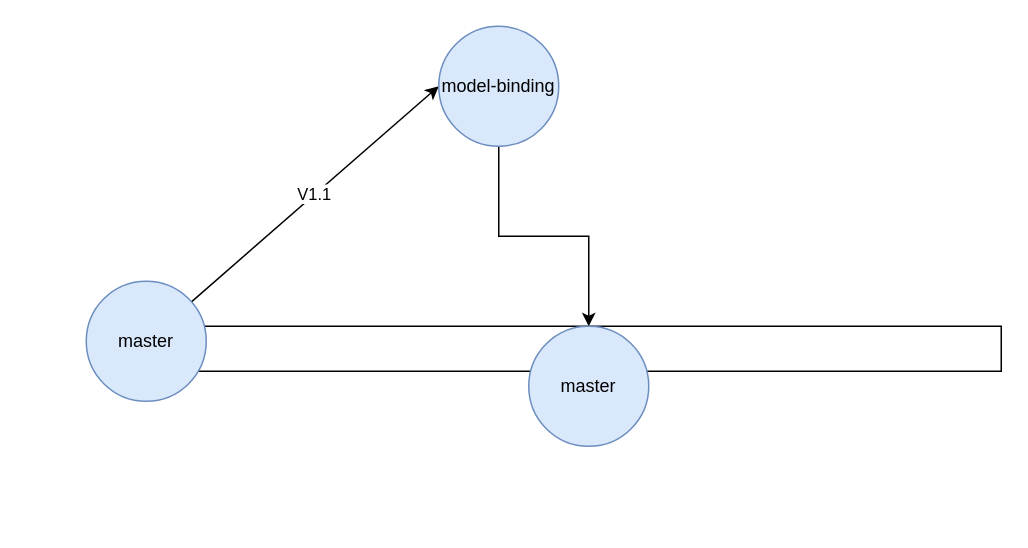
zcomert/project-information-system keeps this draw.io diagram as PIS.drawio. Above is the earlier version. Source tidied: cells renumbered, new cells numbered last; positions are measured from the earlier drawing's top-left corner, leaving out a move shared by most shapes. Both pictures are drawn from the tidied source at 150%, with x=0, y=0 at pixel (86, 26).
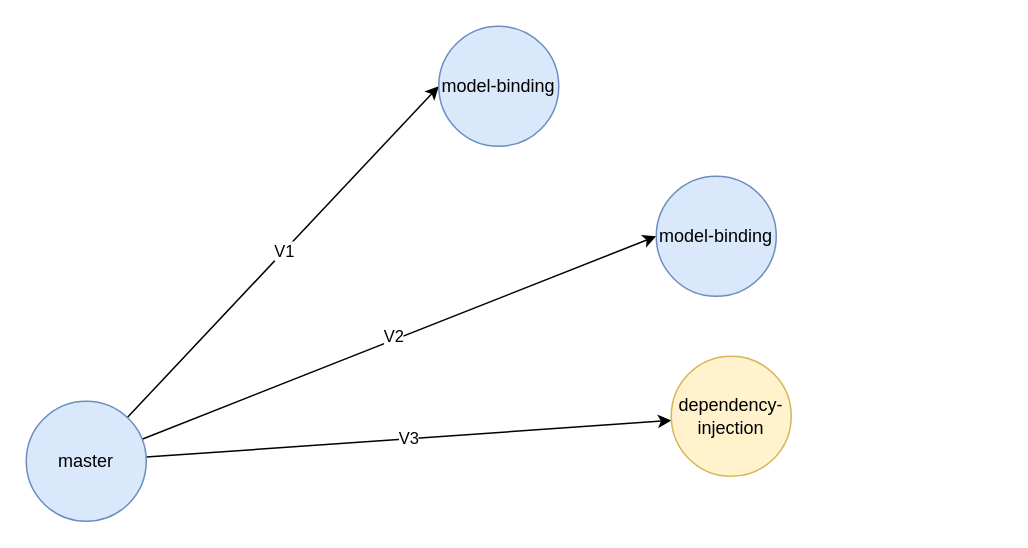
The same diagram, later.

Commit message (it also covers changes not shown here):
Diagram has been updated.

Diff of the diagram source:
```diff
@@
 <mxGraphModel>
   <root>
     <mxCell id="0" />
     <mxCell id="1" parent="0" />
-    <mxCell id="2" style="rounded=0;whiteSpace=wrap;html=1;" parent="1" vertex="1">
-      <mxGeometry x="60" y="200" width="550" height="30" as="geometry" />
-    </mxCell>
-    <mxCell id="3" value="V1.1" style="rounded=0;jettySize=auto;html=1;entryX=0;entryY=0.5;entryDx=0;entryDy=0;" parent="1" edge="1" source="4" target="6">
-      <mxGeometry relative="1" as="geometry" />
-    </mxCell>
-    <mxCell id="4" value="master" style="ellipse;whiteSpace=wrap;html=1;fillColor=#dae8fc;strokeColor=#6c8ebf;" parent="1" vertex="1">
-      <mxGeometry y="170" width="80" height="80" as="geometry" />
-    </mxCell>
-    <mxCell id="5" style="edgeStyle=orthogonalEdgeStyle;rounded=0;jettySize=auto;html=1;" parent="1" edge="1" source="6" target="2">
-      <mxGeometry relative="1" as="geometry" />
-    </mxCell>
+    <mxCell id="8" value="V1" style="rounded=0;jettySize=auto;html=1;entryX=0;entryY=0.5;entryDx=0;entryDy=0;" parent="1" edge="1" source="12" target="6">
+      <mxGeometry relative="1" as="geometry" />
+    </mxCell>
+    <mxCell id="9" style="rounded=0;jettySize=auto;html=1;entryX=0;entryY=0.5;entryDx=0;entryDy=0;" parent="1" edge="1" source="12" target="13">
+      <mxGeometry relative="1" as="geometry" />
+    </mxCell>
+    <mxCell id="10" value="V2" style="edgeLabel;html=1;align=center;verticalAlign=middle;" parent="9" vertex="1">
+      <mxGeometry x="-0.02" y="3" relative="1" as="geometry" />
+    </mxCell>
+    <mxCell id="11" value="V3" style="rounded=0;jettySize=auto;html=1;" parent="1" edge="1" source="12" target="14">
+      <mxGeometry relative="1" as="geometry" />
+    </mxCell>
+    <mxCell id="12" value="master" style="ellipse;whiteSpace=wrap;html=1;fillColor=#dae8fc;strokeColor=#6c8ebf;" parent="1" vertex="1">
+      <mxGeometry x="-40" y="250" width="80" height="80" as="geometry" />
+    </mxCell>
     <mxCell id="6" value="model-binding" style="ellipse;whiteSpace=wrap;html=1;fillColor=#dae8fc;strokeColor=#6c8ebf;" parent="1" vertex="1">
       <mxGeometry x="235" width="80" height="80" as="geometry" />
     </mxCell>
-    <mxCell id="7" value="master" style="ellipse;whiteSpace=wrap;html=1;fillColor=#dae8fc;strokeColor=#6c8ebf;" parent="1" vertex="1">
-      <mxGeometry x="295" y="200" width="80" height="80" as="geometry" />
-    </mxCell>
+    <mxCell id="13" value="model-binding" style="ellipse;whiteSpace=wrap;html=1;fillColor=#dae8fc;strokeColor=#6c8ebf;" parent="1" vertex="1">
+      <mxGeometry x="380" y="100" width="80" height="80" as="geometry" />
+    </mxCell>
+    <mxCell id="14" value="dependency-injection" style="ellipse;whiteSpace=wrap;html=1;fillColor=#fff2cc;strokeColor=#d6b656;" parent="1" vertex="1">
+      <mxGeometry x="390" y="220" width="80" height="80" as="geometry" />
+    </mxCell>
   </root>
 </mxGraphModel>
```
